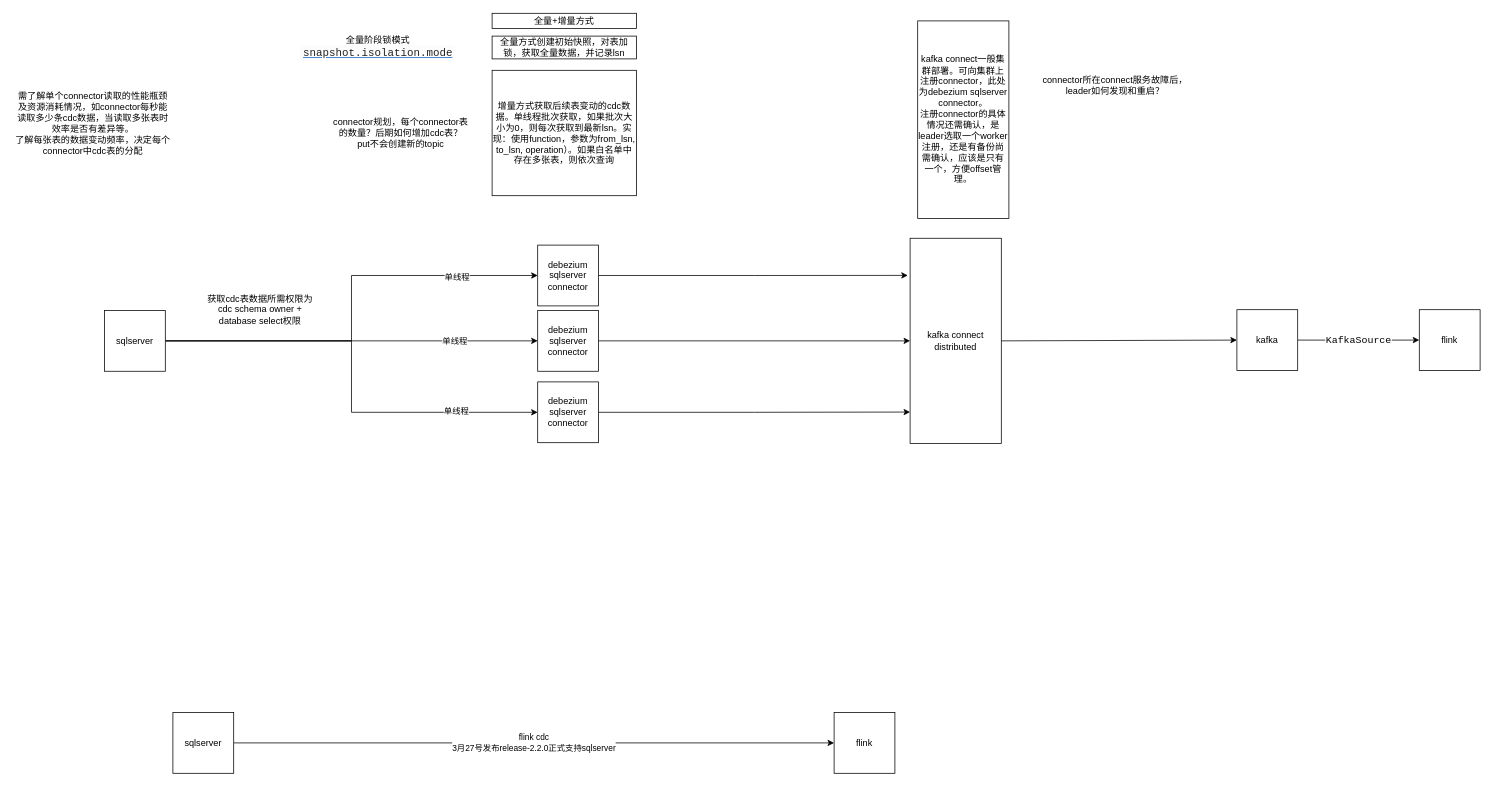
Above: 2021/Untitled Diagram.drawio in nanaliulei/studyPlan (draw.io), before the change. Source tidied: cells renumbered, new cells numbered last; positions are measured from the earlier drawing's top-left corner, leaving out a move shared by most shapes. Both pictures are drawn from the tidied source at 76%, with x=0, y=0 at pixel (13, 13).
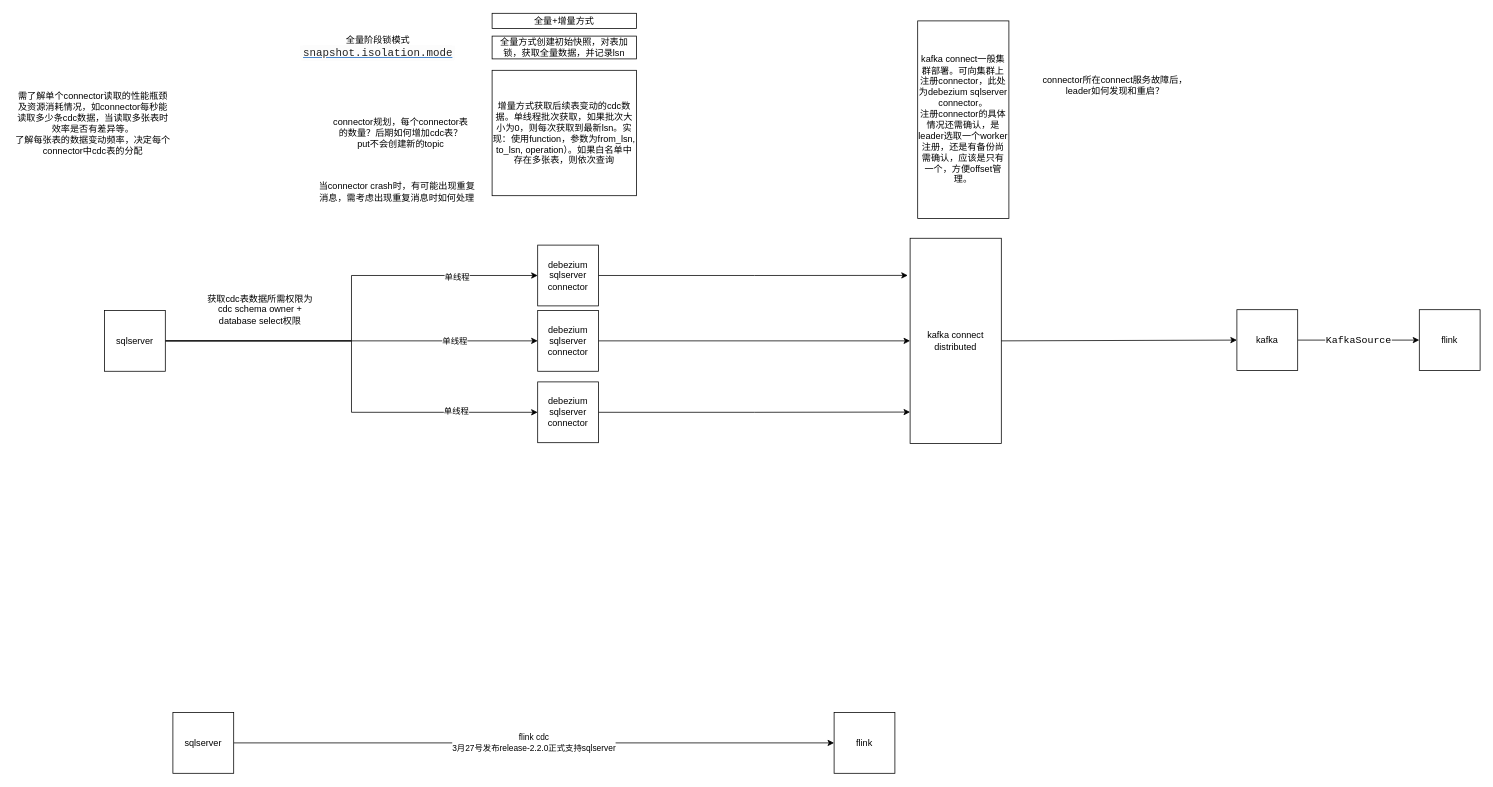
The same diagram, later.

Diff of the diagram source:
```diff
@@
+    <mxCell id="32" value="当connector crash时，有可能出现重复消息，需考虑出现重复消息时如何处理" style="text;html=1;strokeColor=none;fillColor=none;align=center;verticalAlign=middle;whiteSpace=wrap;rounded=0;" parent="1" vertex="1">
+      <mxGeometry x="400" y="220" width="210" height="30" as="geometry" />
+    </mxCell>
```
